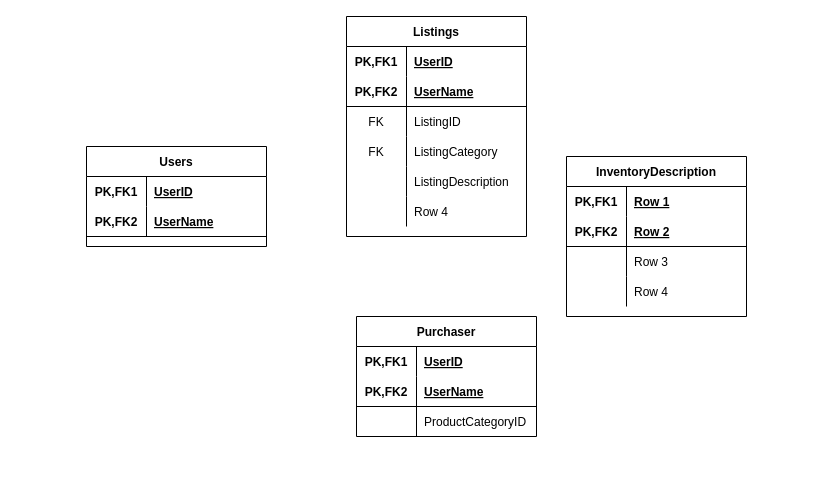
The draw.io diagram Untitled Diagram.drawio in sflaherty50/Spring-Boot-Final, before the edit. Source tidied: cells renumbered, new cells numbered last; positions are measured from the earlier drawing's top-left corner, leaving out a move shared by most shapes. Both pictures are drawn from the tidied source at 100%, with x=0, y=0 at pixel (86, 16).
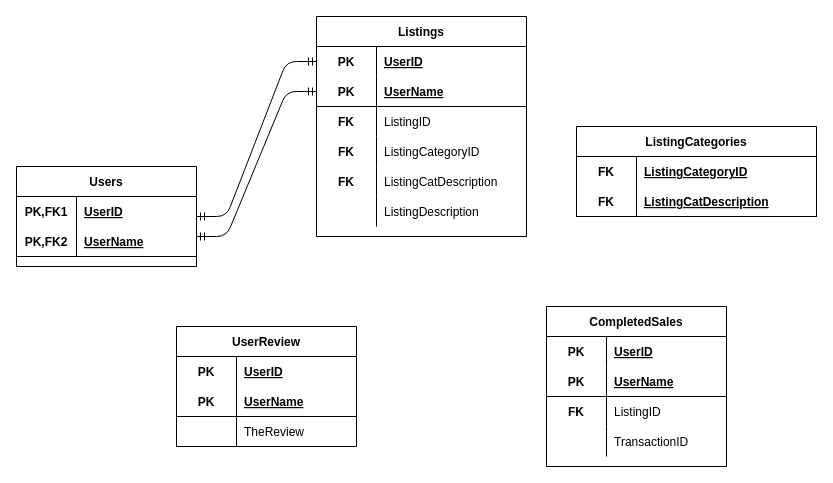
After the change.

Unchanged cells that the change refers to:
```xml
<mxCell id="3" style="shape=partialRectangle;fillColor=none;top=0;left=0;bottom=0;right=0;" parent="2" vertex="1">
  <mxGeometry y="30" width="180" height="30" as="geometry" />
</mxCell>
<mxCell id="6" style="shape=partialRectangle;fillColor=none;top=0;left=0;bottom=1;right=0;" parent="2" vertex="1">
  <mxGeometry y="60" width="180" height="30" as="geometry" />
</mxCell>
<mxCell id="9" style="shape=partialRectangle;fillColor=none;top=0;left=0;bottom=0;right=0;" parent="2" vertex="1">
  <mxGeometry y="90" width="180" height="30" as="geometry" />
</mxCell>
```

Diff of the diagram source:
```diff
@@
-    <mxCell id="2" value="Purchaser" style="shape=table;startSize=30;childLayout=tableLayout;rowLines=0;fontStyle=1;align=center;" parent="1" vertex="1">
-      <mxGeometry x="270" y="300" width="180" height="120" as="geometry" />
+    <mxCell id="2" value="UserReview" style="shape=table;startSize=30;childLayout=tableLayout;rowLines=0;fontStyle=1;align=center;" parent="1" vertex="1">
+      <mxGeometry x="90" y="310" width="180" height="120" as="geometry" />
     </mxCell>
@@
-    <mxCell id="4" value="PK,FK1" style="shape=partialRectangle;fillColor=none;top=0;left=0;bottom=0;right=0;fontStyle=1;overflow=hidden;" parent="3" vertex="1">
+    <mxCell id="4" value="PK" style="shape=partialRectangle;fillColor=none;top=0;left=0;bottom=0;right=0;fontStyle=1;overflow=hidden;" parent="3" vertex="1">
       <mxGeometry width="60" height="30" as="geometry" />
     </mxCell>
@@
-    <mxCell id="7" value="PK,FK2" style="shape=partialRectangle;fillColor=none;top=0;left=0;bottom=0;right=0;fontStyle=1;overflow=hidden;" parent="6" vertex="1">
+    <mxCell id="7" value="PK" style="shape=partialRectangle;fillColor=none;top=0;left=0;bottom=0;right=0;fontStyle=1;overflow=hidden;" parent="6" vertex="1">
       <mxGeometry width="60" height="30" as="geometry" />
     </mxCell>
@@
-    <mxCell id="11" value="ProductCategoryID" style="shape=partialRectangle;fillColor=none;top=0;left=0;bottom=0;right=0;align=left;spacingLeft=6;overflow=hidden;" parent="9" vertex="1">
+    <mxCell id="11" value="TheReview" style="shape=partialRectangle;fillColor=none;top=0;left=0;bottom=0;right=0;align=left;spacingLeft=6;overflow=hidden;" parent="9" vertex="1">
       <mxGeometry x="60" width="120" height="30" as="geometry" />
     </mxCell>
     <mxCell id="12" value="Users" style="shape=table;startSize=30;childLayout=tableLayout;rowLines=0;fontStyle=1;align=center;" parent="1" vertex="1">
-      <mxGeometry y="130" width="180" height="100" as="geometry" />
+      <mxGeometry x="-70" y="150" width="180" height="100" as="geometry" />
     </mxCell>
@@
-    <mxCell id="19" value="InventoryDescription" style="shape=table;startSize=30;childLayout=tableLayout;rowLines=0;fontStyle=1;align=center;" parent="1" vertex="1">
-      <mxGeometry x="480" y="140" width="180" height="160" as="geometry" />
+    <mxCell id="19" value="ListingCategories" style="shape=table;startSize=30;childLayout=tableLayout;rowLines=0;fontStyle=1;align=center;" parent="1" vertex="1">
+      <mxGeometry x="490" y="110" width="240" height="90" as="geometry" />
     </mxCell>
     <mxCell id="20" style="shape=partialRectangle;fillColor=none;top=0;left=0;bottom=0;right=0;" parent="19" vertex="1">
-      <mxGeometry y="30" width="180" height="30" as="geometry" />
+      <mxGeometry y="30" width="240" height="30" as="geometry" />
     </mxCell>
-    <mxCell id="21" value="PK,FK1" style="shape=partialRectangle;fillColor=none;top=0;left=0;bottom=0;right=0;fontStyle=1;overflow=hidden;" parent="20" vertex="1">
+    <mxCell id="21" value="FK" style="shape=partialRectangle;fillColor=none;top=0;left=0;bottom=0;right=0;fontStyle=1;overflow=hidden;" parent="20" vertex="1">
       <mxGeometry width="60" height="30" as="geometry" />
     </mxCell>
-    <mxCell id="22" value="Row 1" style="shape=partialRectangle;fillColor=none;top=0;left=0;bottom=0;right=0;align=left;spacingLeft=6;fontStyle=5;overflow=hidden;" parent="20" vertex="1">
-      <mxGeometry x="60" width="120" height="30" as="geometry" />
+    <mxCell id="22" value="ListingCategoryID" style="shape=partialRectangle;fillColor=none;top=0;left=0;bottom=0;right=0;align=left;spacingLeft=6;fontStyle=5;overflow=hidden;" parent="20" vertex="1">
+      <mxGeometry x="60" width="180" height="30" as="geometry" />
     </mxCell>
     <mxCell id="23" style="shape=partialRectangle;fillColor=none;top=0;left=0;bottom=1;right=0;" parent="19" vertex="1">
-      <mxGeometry y="60" width="180" height="30" as="geometry" />
+      <mxGeometry y="60" width="240" height="30" as="geometry" />
     </mxCell>
-    <mxCell id="24" value="PK,FK2" style="shape=partialRectangle;fillColor=none;top=0;left=0;bottom=0;right=0;fontStyle=1;overflow=hidden;" parent="23" vertex="1">
+    <mxCell id="24" value="FK" style="shape=partialRectangle;fillColor=none;top=0;left=0;bottom=0;right=0;fontStyle=1;overflow=hidden;" parent="23" vertex="1">
       <mxGeometry width="60" height="30" as="geometry" />
     </mxCell>
-    <mxCell id="25" value="Row 2" style="shape=partialRectangle;fillColor=none;top=0;left=0;bottom=0;right=0;align=left;spacingLeft=6;fontStyle=5;overflow=hidden;" parent="23" vertex="1">
-      <mxGeometry x="60" width="120" height="30" as="geometry" />
+    <mxCell id="25" value="ListingCatDescription" style="shape=partialRectangle;fillColor=none;top=0;left=0;bottom=0;right=0;align=left;spacingLeft=6;fontStyle=5;overflow=hidden;" parent="23" vertex="1">
+      <mxGeometry x="60" width="180" height="30" as="geometry" />
     </mxCell>
-    <mxCell id="26" style="shape=partialRectangle;fillColor=none;top=0;left=0;bottom=0;right=0;" parent="19" vertex="1">
-      <mxGeometry y="90" width="180" height="30" as="geometry" />
-    </mxCell>
-    <mxCell id="27" style="shape=partialRectangle;fillColor=none;top=0;left=0;bottom=0;right=0;overflow=hidden;" parent="26" vertex="1">
-      <mxGeometry width="60" height="30" as="geometry" />
-    </mxCell>
-    <mxCell id="28" value="Row 3" style="shape=partialRectangle;fillColor=none;top=0;left=0;bottom=0;right=0;align=left;spacingLeft=6;overflow=hidden;" parent="26" vertex="1">
-      <mxGeometry x="60" width="120" height="30" as="geometry" />
-    </mxCell>
-    <mxCell id="29" style="shape=partialRectangle;fillColor=none;top=0;left=0;bottom=0;right=0;" parent="19" vertex="1">
-      <mxGeometry y="120" width="180" height="30" as="geometry" />
-    </mxCell>
-    <mxCell id="30" style="shape=partialRectangle;fillColor=none;top=0;left=0;bottom=0;right=0;overflow=hidden;" parent="29" vertex="1">
-      <mxGeometry width="60" height="30" as="geometry" />
-    </mxCell>
-    <mxCell id="31" value="Row 4" style="shape=partialRectangle;fillColor=none;top=0;left=0;bottom=0;right=0;align=left;spacingLeft=6;overflow=hidden;" parent="29" vertex="1">
-      <mxGeometry x="60" width="120" height="30" as="geometry" />
-    </mxCell>
     <mxCell id="32" value="Listings" style="shape=table;startSize=30;childLayout=tableLayout;rowLines=0;fontStyle=1;align=center;" parent="1" vertex="1">
-      <mxGeometry x="260" width="180" height="220" as="geometry" />
+      <mxGeometry x="230" width="210" height="220" as="geometry" />
     </mxCell>
     <mxCell id="33" style="shape=partialRectangle;fillColor=none;top=0;left=0;bottom=0;right=0;points=[[0,0.5],[1,0.5]];portConstraint=eastwest;" parent="32" vertex="1">
-      <mxGeometry y="30" width="180" height="30" as="geometry" />
+      <mxGeometry y="30" width="210" height="30" as="geometry" />
     </mxCell>
-    <mxCell id="34" value="PK,FK1" style="shape=partialRectangle;fillColor=none;top=0;left=0;bottom=0;right=0;fontStyle=1;overflow=hidden;" parent="33" vertex="1">
+    <mxCell id="34" value="PK" style="shape=partialRectangle;fillColor=none;top=0;left=0;bottom=0;right=0;fontStyle=1;overflow=hidden;" parent="33" vertex="1">
       <mxGeometry width="60" height="30" as="geometry" />
     </mxCell>
     <mxCell id="35" value="UserID" style="shape=partialRectangle;fillColor=none;top=0;left=0;bottom=0;right=0;align=left;spacingLeft=6;fontStyle=5;overflow=hidden;" parent="33" vertex="1">
-      <mxGeometry x="60" width="120" height="30" as="geometry" />
+      <mxGeometry x="60" width="150" height="30" as="geometry" />
     </mxCell>
     <mxCell id="36" style="shape=partialRectangle;fillColor=none;top=0;left=0;bottom=1;right=0;points=[[0,0.5],[1,0.5]];portConstraint=eastwest;" parent="32" vertex="1">
-      <mxGeometry y="60" width="180" height="30" as="geometry" />
+      <mxGeometry y="60" width="210" height="30" as="geometry" />
     </mxCell>
-    <mxCell id="37" value="PK,FK2" style="shape=partialRectangle;fillColor=none;top=0;left=0;bottom=0;right=0;fontStyle=1;overflow=hidden;" parent="36" vertex="1">
+    <mxCell id="37" value="PK" style="shape=partialRectangle;fillColor=none;top=0;left=0;bottom=0;right=0;fontStyle=1;overflow=hidden;" parent="36" vertex="1">
       <mxGeometry width="60" height="30" as="geometry" />
     </mxCell>
     <mxCell id="38" value="UserName" style="shape=partialRectangle;fillColor=none;top=0;left=0;bottom=0;right=0;align=left;spacingLeft=6;fontStyle=5;overflow=hidden;" parent="36" vertex="1">
-      <mxGeometry x="60" width="120" height="30" as="geometry" />
+      <mxGeometry x="60" width="150" height="30" as="geometry" />
     </mxCell>
     <mxCell id="39" style="shape=partialRectangle;fillColor=none;top=0;left=0;bottom=0;right=0;" parent="32" vertex="1">
-      <mxGeometry y="90" width="180" height="30" as="geometry" />
+      <mxGeometry y="90" width="210" height="30" as="geometry" />
     </mxCell>
-    <mxCell id="40" value="FK" style="shape=partialRectangle;fillColor=none;top=0;left=0;bottom=0;right=0;fontStyle=0;overflow=hidden;" parent="39" vertex="1">
+    <mxCell id="40" value="FK" style="shape=partialRectangle;fillColor=none;top=0;left=0;bottom=0;right=0;fontStyle=1;overflow=hidden;" parent="39" vertex="1">
       <mxGeometry width="60" height="30" as="geometry" />
     </mxCell>
     <mxCell id="41" value="ListingID" style="shape=partialRectangle;fillColor=none;top=0;left=0;bottom=0;right=0;align=left;spacingLeft=6;fontStyle=0;overflow=hidden;" parent="39" vertex="1">
-      <mxGeometry x="60" width="120" height="30" as="geometry" />
+      <mxGeometry x="60" width="150" height="30" as="geometry" />
     </mxCell>
     <mxCell id="42" style="shape=partialRectangle;fillColor=none;top=0;left=0;bottom=0;right=0;" parent="32" vertex="1">
-      <mxGeometry y="120" width="180" height="30" as="geometry" />
+      <mxGeometry y="120" width="210" height="30" as="geometry" />
     </mxCell>
-    <mxCell id="43" value="FK" style="shape=partialRectangle;fillColor=none;top=0;left=0;bottom=0;right=0;fontStyle=0;overflow=hidden;" parent="42" vertex="1">
+    <mxCell id="43" value="FK" style="shape=partialRectangle;fillColor=none;top=0;left=0;bottom=0;right=0;fontStyle=1;overflow=hidden;" parent="42" vertex="1">
       <mxGeometry width="60" height="30" as="geometry" />
     </mxCell>
-    <mxCell id="44" value="ListingCategory" style="shape=partialRectangle;fillColor=none;top=0;left=0;bottom=0;right=0;align=left;spacingLeft=6;fontStyle=0;overflow=hidden;" parent="42" vertex="1">
-      <mxGeometry x="60" width="120" height="30" as="geometry" />
+    <mxCell id="44" value="ListingCategoryID" style="shape=partialRectangle;fillColor=none;top=0;left=0;bottom=0;right=0;align=left;spacingLeft=6;fontStyle=0;overflow=hidden;" parent="42" vertex="1">
+      <mxGeometry x="60" width="150" height="30" as="geometry" />
     </mxCell>
-    <mxCell id="45" style="shape=partialRectangle;fillColor=none;top=0;left=0;bottom=0;right=0;" parent="32" vertex="1">
-      <mxGeometry y="150" width="180" height="30" as="geometry" />
-    </mxCell>
-    <mxCell id="46" style="shape=partialRectangle;fillColor=none;top=0;left=0;bottom=0;right=0;overflow=hidden;" parent="45" vertex="1">
-      <mxGeometry width="60" height="30" as="geometry" />
-    </mxCell>
-    <mxCell id="47" value="ListingDescription" style="shape=partialRectangle;fillColor=none;top=0;left=0;bottom=0;right=0;align=left;spacingLeft=6;overflow=hidden;" parent="45" vertex="1">
-      <mxGeometry x="60" width="120" height="30" as="geometry" />
-    </mxCell>
+    <mxCell id="51" style="shape=partialRectangle;fillColor=none;top=0;left=0;bottom=0;right=0;" parent="32" vertex="1">
+      <mxGeometry y="150" width="210" height="30" as="geometry" />
+    </mxCell>
+    <mxCell id="52" value="FK" style="shape=partialRectangle;fillColor=none;top=0;left=0;bottom=0;right=0;fontStyle=1;overflow=hidden;" parent="51" vertex="1">
+      <mxGeometry width="60" height="30" as="geometry" />
+    </mxCell>
+    <mxCell id="53" value="ListingCatDescription" style="shape=partialRectangle;fillColor=none;top=0;left=0;bottom=0;right=0;align=left;spacingLeft=6;fontStyle=0;overflow=hidden;" parent="51" vertex="1">
+      <mxGeometry x="60" width="150" height="30" as="geometry" />
+    </mxCell>
     <mxCell id="48" style="shape=partialRectangle;fillColor=none;top=0;left=0;bottom=0;right=0;" parent="32" vertex="1">
-      <mxGeometry y="180" width="180" height="30" as="geometry" />
+      <mxGeometry y="180" width="210" height="30" as="geometry" />
     </mxCell>
@@
-    <mxCell id="50" value="Row 4" style="shape=partialRectangle;fillColor=none;top=0;left=0;bottom=0;right=0;align=left;spacingLeft=6;overflow=hidden;" parent="48" vertex="1">
-      <mxGeometry x="60" width="120" height="30" as="geometry" />
+    <mxCell id="50" value="ListingDescription" style="shape=partialRectangle;fillColor=none;top=0;left=0;bottom=0;right=0;align=left;spacingLeft=6;overflow=hidden;" parent="48" vertex="1">
+      <mxGeometry x="60" width="150" height="30" as="geometry" />
     </mxCell>
+    <mxCell id="54" value="CompletedSales" style="shape=table;startSize=30;childLayout=tableLayout;rowLines=0;fontStyle=1;align=center;" parent="1" vertex="1">
+      <mxGeometry x="460" y="290" width="180" height="160" as="geometry" />
+    </mxCell>
+    <mxCell id="55" style="shape=partialRectangle;fillColor=none;top=0;left=0;bottom=0;right=0;" parent="54" vertex="1">
+      <mxGeometry y="30" width="180" height="30" as="geometry" />
+    </mxCell>
+    <mxCell id="56" value="PK" style="shape=partialRectangle;fillColor=none;top=0;left=0;bottom=0;right=0;fontStyle=1;overflow=hidden;" parent="55" vertex="1">
+      <mxGeometry width="60" height="30" as="geometry" />
+    </mxCell>
+    <mxCell id="57" value="UserID" style="shape=partialRectangle;fillColor=none;top=0;left=0;bottom=0;right=0;align=left;spacingLeft=6;fontStyle=5;overflow=hidden;" parent="55" vertex="1">
+      <mxGeometry x="60" width="120" height="30" as="geometry" />
+    </mxCell>
+    <mxCell id="58" style="shape=partialRectangle;fillColor=none;top=0;left=0;bottom=1;right=0;" parent="54" vertex="1">
+      <mxGeometry y="60" width="180" height="30" as="geometry" />
+    </mxCell>
+    <mxCell id="59" value="PK" style="shape=partialRectangle;fillColor=none;top=0;left=0;bottom=0;right=0;fontStyle=1;overflow=hidden;" parent="58" vertex="1">
+      <mxGeometry width="60" height="30" as="geometry" />
+    </mxCell>
+    <mxCell id="60" value="UserName" style="shape=partialRectangle;fillColor=none;top=0;left=0;bottom=0;right=0;align=left;spacingLeft=6;fontStyle=5;overflow=hidden;" parent="58" vertex="1">
+      <mxGeometry x="60" width="120" height="30" as="geometry" />
+    </mxCell>
+    <mxCell id="26" style="shape=partialRectangle;fillColor=none;top=0;left=0;bottom=0;right=0;" parent="54" vertex="1">
+      <mxGeometry y="90" width="180" height="30" as="geometry" />
+    </mxCell>
+    <mxCell id="61" value="FK" style="shape=partialRectangle;fillColor=none;top=0;left=0;bottom=0;right=0;fontStyle=1;overflow=hidden;" parent="26" vertex="1">
+      <mxGeometry width="60" height="30" as="geometry" />
+    </mxCell>
+    <mxCell id="62" value="ListingID" style="shape=partialRectangle;fillColor=none;top=0;left=0;bottom=0;right=0;align=left;spacingLeft=6;fontStyle=0;overflow=hidden;" parent="26" vertex="1">
+      <mxGeometry x="60" width="120" height="30" as="geometry" />
+    </mxCell>
+    <mxCell id="29" style="shape=partialRectangle;fillColor=none;top=0;left=0;bottom=0;right=0;" parent="54" vertex="1">
+      <mxGeometry y="120" width="180" height="30" as="geometry" />
+    </mxCell>
+    <mxCell id="63" style="shape=partialRectangle;fillColor=none;top=0;left=0;bottom=0;right=0;overflow=hidden;" parent="29" vertex="1">
+      <mxGeometry width="60" height="30" as="geometry" />
+    </mxCell>
+    <mxCell id="64" value="TransactionID" style="shape=partialRectangle;fillColor=none;top=0;left=0;bottom=0;right=0;align=left;spacingLeft=6;overflow=hidden;" parent="29" vertex="1">
+      <mxGeometry x="60" width="120" height="30" as="geometry" />
+    </mxCell>
+    <mxCell id="65" style="edgeStyle=entityRelationEdgeStyle;fontSize=12;html=1;endArrow=ERmandOne;startArrow=ERmandOne;entryX=0;entryY=0.5;entryDx=0;entryDy=0;" parent="1" edge="1" target="33">
+      <mxGeometry relative="1" as="geometry">
+        <mxPoint x="110" y="200" as="sourcePoint" />
+      </mxGeometry>
+    </mxCell>
+    <mxCell id="66" style="edgeStyle=entityRelationEdgeStyle;fontSize=12;html=1;endArrow=ERmandOne;startArrow=ERmandOne;entryX=0;entryY=0.5;entryDx=0;entryDy=0;" parent="1" edge="1" target="36">
+      <mxGeometry relative="1" as="geometry">
+        <mxPoint x="110" y="220" as="sourcePoint" />
+      </mxGeometry>
+    </mxCell>
```
